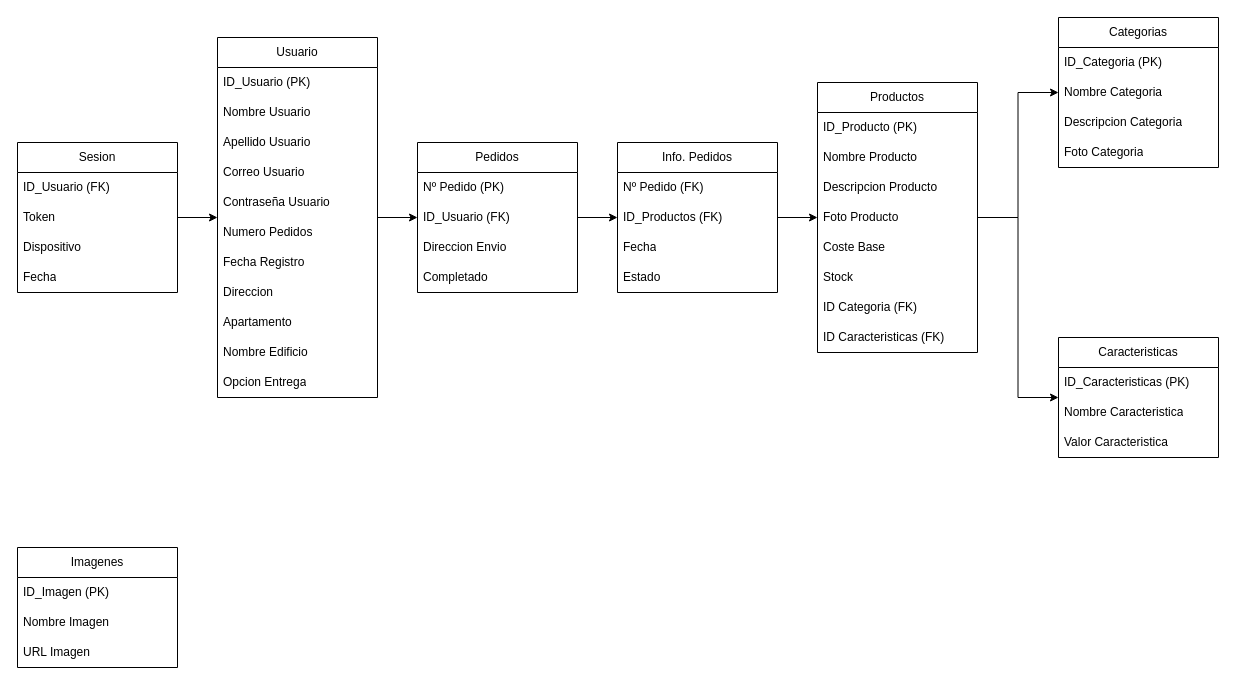
meeeww/tfg_server keeps this draw.io diagram as page "Tabla" (2 of 2) of BBDDTFG.drawio. Above is the earlier version. Source tidied: cells renumbered, new cells numbered last; positions are measured from the earlier drawing's top-left corner, leaving out a move shared by most shapes. Both pictures are drawn from the tidied source at 100%, with x=0, y=0 at pixel (17, 17).
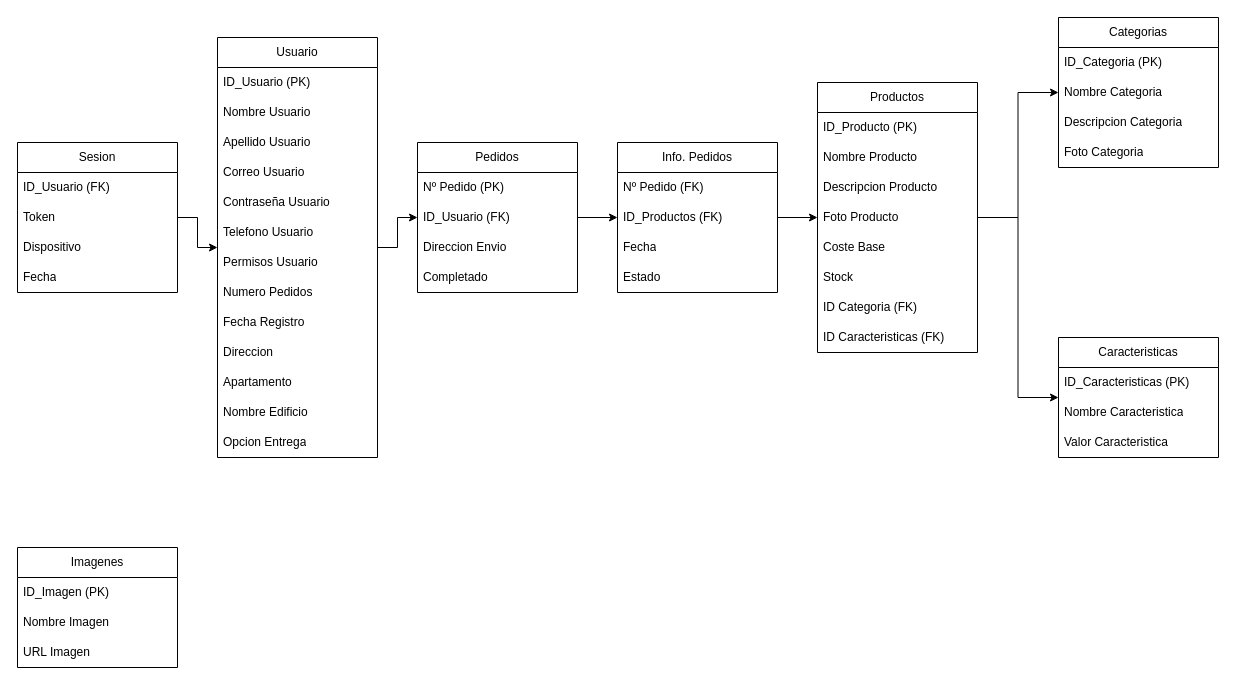
The same diagram, later.

What changed in the source:
```diff
@@
     <mxCell id="3" value="Usuario" style="swimlane;fontStyle=0;horizontal=1;startSize=30;whiteSpace=wrap;html=1;" parent="1" vertex="1">
-      <mxGeometry x="200" y="20" width="160" height="360" as="geometry" />
+      <mxGeometry x="200" y="20" width="160" height="420" as="geometry" />
     </mxCell>
@@
+    <mxCell id="57" value="Telefono Usuario" style="text;strokeColor=none;fillColor=none;align=left;verticalAlign=middle;spacingLeft=4;spacingRight=4;overflow=hidden;whiteSpace=wrap;html=1;" parent="3" vertex="1">
+      <mxGeometry y="180" width="160" height="30" as="geometry" />
+    </mxCell>
+    <mxCell id="58" value="Permisos Usuario" style="text;strokeColor=none;fillColor=none;align=left;verticalAlign=middle;spacingLeft=4;spacingRight=4;overflow=hidden;whiteSpace=wrap;html=1;" parent="3" vertex="1">
+      <mxGeometry y="210" width="160" height="30" as="geometry" />
+    </mxCell>
     <mxCell id="9" value="Numero Pedidos" style="text;strokeColor=none;fillColor=none;align=left;verticalAlign=middle;spacingLeft=4;spacingRight=4;overflow=hidden;whiteSpace=wrap;html=1;" parent="3" vertex="1">
-      <mxGeometry y="180" width="160" height="30" as="geometry" />
+      <mxGeometry y="240" width="160" height="30" as="geometry" />
     </mxCell>
     <mxCell id="10" value="Fecha Registro" style="text;strokeColor=none;fillColor=none;align=left;verticalAlign=middle;spacingLeft=4;spacingRight=4;overflow=hidden;whiteSpace=wrap;html=1;" parent="3" vertex="1">
-      <mxGeometry y="210" width="160" height="30" as="geometry" />
+      <mxGeometry y="270" width="160" height="30" as="geometry" />
     </mxCell>
     <mxCell id="11" value="Direccion" style="text;strokeColor=none;fillColor=none;align=left;verticalAlign=middle;spacingLeft=4;spacingRight=4;overflow=hidden;whiteSpace=wrap;html=1;" parent="3" vertex="1">
-      <mxGeometry y="240" width="160" height="30" as="geometry" />
+      <mxGeometry y="300" width="160" height="30" as="geometry" />
     </mxCell>
     <mxCell id="12" value="Apartamento" style="text;strokeColor=none;fillColor=none;align=left;verticalAlign=middle;spacingLeft=4;spacingRight=4;overflow=hidden;whiteSpace=wrap;html=1;" parent="3" vertex="1">
-      <mxGeometry y="270" width="160" height="30" as="geometry" />
+      <mxGeometry y="330" width="160" height="30" as="geometry" />
     </mxCell>
     <mxCell id="13" value="Nombre Edificio" style="text;strokeColor=none;fillColor=none;align=left;verticalAlign=middle;spacingLeft=4;spacingRight=4;overflow=hidden;whiteSpace=wrap;html=1;" parent="3" vertex="1">
-      <mxGeometry y="300" width="160" height="30" as="geometry" />
+      <mxGeometry y="360" width="160" height="30" as="geometry" />
     </mxCell>
     <mxCell id="14" value="Opcion Entrega" style="text;strokeColor=none;fillColor=none;align=left;verticalAlign=middle;spacingLeft=4;spacingRight=4;overflow=hidden;whiteSpace=wrap;html=1;" parent="3" vertex="1">
-      <mxGeometry y="330" width="160" height="30" as="geometry" />
+      <mxGeometry y="390" width="160" height="30" as="geometry" />
     </mxCell>
```
